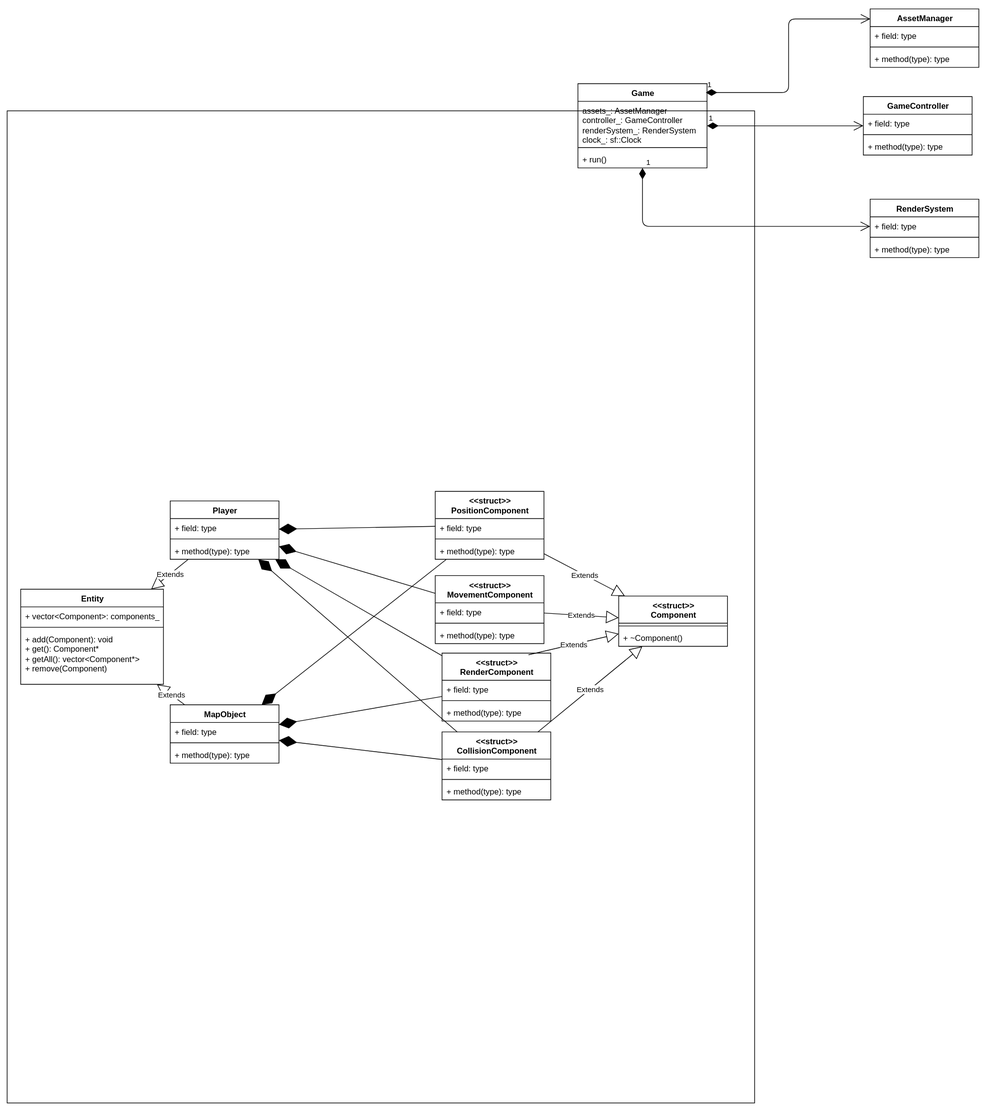
Above: pokemon_docs/Untitled Diagram.svg in kkartikeya1998/GameEngine (draw.io), before the change. Source tidied: cells renumbered, new cells last; positions are measured from the earlier drawing's top-left corner, leaving out a move shared by most shapes.
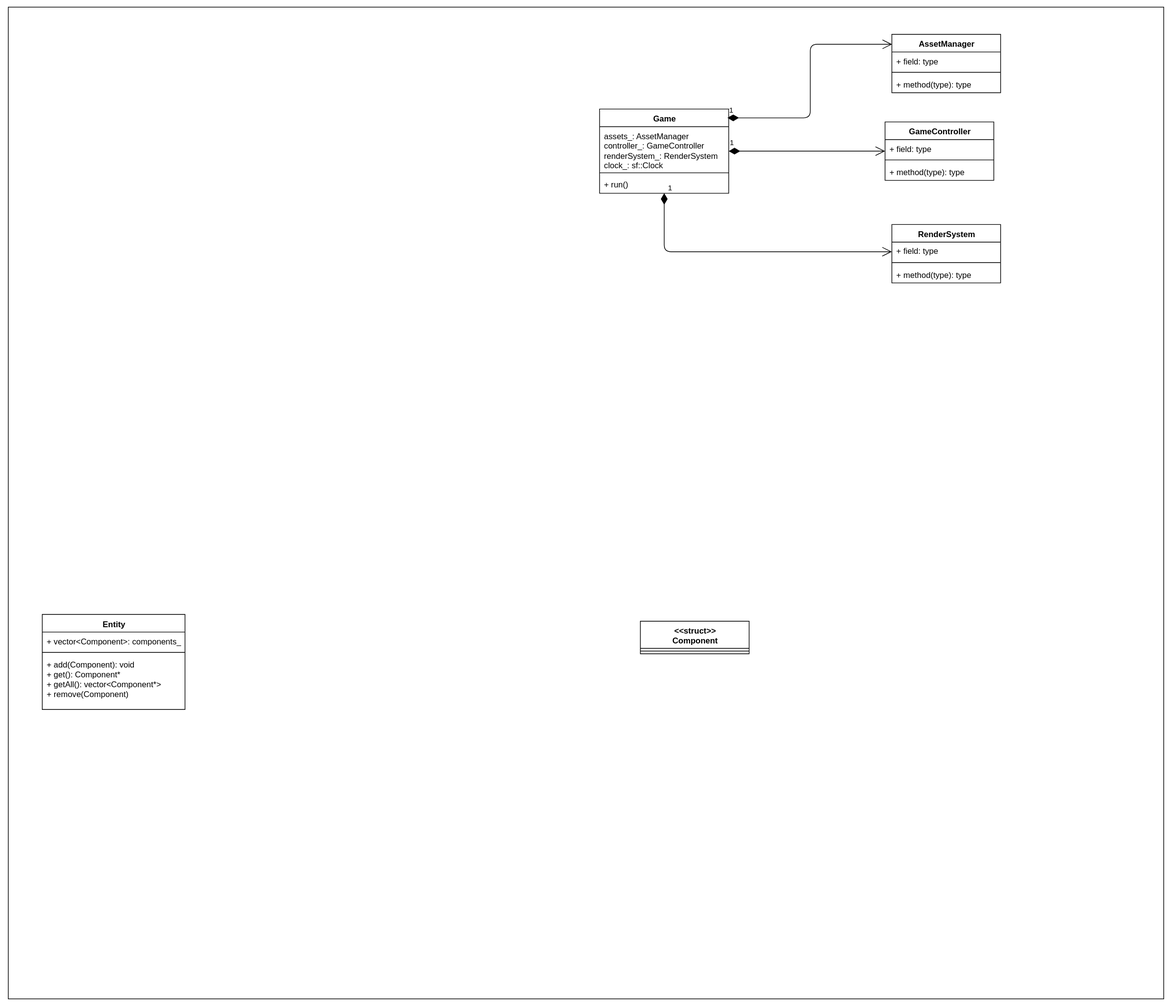
Above is the later version.

Change to the diagram source:
```diff
@@ -3,7 +3,7 @@
     <mxCell id="0" />
     <mxCell id="1" parent="0" />
     <mxCell id="2" style="rounded=0;whiteSpace=wrap;html=1;" parent="1" vertex="1">
-      <mxGeometry y="150" width="1100" height="1460" as="geometry" />
+      <mxGeometry x="-30" y="-40" width="1700" height="1460" as="geometry" />
     </mxCell>
     <mxCell id="3" value="Game" style="swimlane;fontStyle=1;align=center;verticalAlign=top;horizontal=1;startSize=26;whiteSpace=wrap;html=1;" parent="1" vertex="1">
       <mxGeometry x="840" y="110" width="190" height="124" as="geometry" />
@@ -79,124 +79,10 @@
       <mxGeometry y="60" width="210" height="80" as="geometry" />
     </mxCell>
     <mxCell id="26" value="&amp;lt;&amp;lt;struct&amp;gt;&amp;gt;&lt;br&gt;Component" style="swimlane;fontStyle=1;align=center;verticalAlign=top;horizontal=1;startSize=40;whiteSpace=wrap;html=1;" parent="1" vertex="1">
-      <mxGeometry x="900" y="864" width="160" height="74" as="geometry" />
+      <mxGeometry x="900" y="864" width="160" height="48" as="geometry" />
     </mxCell>
     <mxCell id="27" style="line;strokeWidth=1;fillColor=none;align=left;verticalAlign=middle;spacingTop=-1;spacingLeft=3;spacingRight=3;labelPosition=right;strokeColor=inherit;" parent="26" vertex="1">
       <mxGeometry y="40" width="160" height="8" as="geometry" />
     </mxCell>
-    <mxCell id="28" value="+ ~Component()" style="text;strokeColor=none;fillColor=none;align=left;verticalAlign=top;spacingLeft=4;spacingRight=4;overflow=hidden;whiteSpace=wrap;html=1;" parent="26" vertex="1">
-      <mxGeometry y="48" width="160" height="26" as="geometry" />
-    </mxCell>
-    <mxCell id="29" value="Player" style="swimlane;fontStyle=1;align=center;verticalAlign=top;horizontal=1;startSize=26;whiteSpace=wrap;html=1;" parent="1" vertex="1">
-      <mxGeometry x="240" y="724" width="160" height="86" as="geometry" />
-    </mxCell>
-    <mxCell id="30" value="+ field: type" style="text;strokeColor=none;fillColor=none;align=left;verticalAlign=top;spacingLeft=4;spacingRight=4;overflow=hidden;whiteSpace=wrap;html=1;" parent="29" vertex="1">
-      <mxGeometry y="26" width="160" height="26" as="geometry" />
-    </mxCell>
-    <mxCell id="31" style="line;strokeWidth=1;fillColor=none;align=left;verticalAlign=middle;spacingTop=-1;spacingLeft=3;spacingRight=3;labelPosition=right;strokeColor=inherit;" parent="29" vertex="1">
-      <mxGeometry y="52" width="160" height="8" as="geometry" />
-    </mxCell>
-    <mxCell id="32" value="+ method(type): type" style="text;strokeColor=none;fillColor=none;align=left;verticalAlign=top;spacingLeft=4;spacingRight=4;overflow=hidden;whiteSpace=wrap;html=1;" parent="29" vertex="1">
-      <mxGeometry y="60" width="160" height="26" as="geometry" />
-    </mxCell>
-    <mxCell id="33" value="MapObject" style="swimlane;fontStyle=1;align=center;verticalAlign=top;horizontal=1;startSize=26;whiteSpace=wrap;html=1;" parent="1" vertex="1">
-      <mxGeometry x="240" y="1024" width="160" height="86" as="geometry" />
-    </mxCell>
-    <mxCell id="34" value="+ field: type" style="text;strokeColor=none;fillColor=none;align=left;verticalAlign=top;spacingLeft=4;spacingRight=4;overflow=hidden;whiteSpace=wrap;html=1;" parent="33" vertex="1">
-      <mxGeometry y="26" width="160" height="26" as="geometry" />
-    </mxCell>
-    <mxCell id="35" style="line;strokeWidth=1;fillColor=none;align=left;verticalAlign=middle;spacingTop=-1;spacingLeft=3;spacingRight=3;labelPosition=right;strokeColor=inherit;" parent="33" vertex="1">
-      <mxGeometry y="52" width="160" height="8" as="geometry" />
-    </mxCell>
-    <mxCell id="36" value="+ method(type): type" style="text;strokeColor=none;fillColor=none;align=left;verticalAlign=top;spacingLeft=4;spacingRight=4;overflow=hidden;whiteSpace=wrap;html=1;" parent="33" vertex="1">
-      <mxGeometry y="60" width="160" height="26" as="geometry" />
-    </mxCell>
-    <mxCell id="37" value="&amp;lt;&amp;lt;struct&amp;gt;&amp;gt;&lt;br&gt;PositionComponent" style="swimlane;fontStyle=1;align=center;verticalAlign=top;horizontal=1;startSize=40;whiteSpace=wrap;html=1;" parent="1" vertex="1">
-      <mxGeometry x="630" y="710" width="160" height="100" as="geometry" />
-    </mxCell>
-    <mxCell id="38" value="+ field: type" style="text;strokeColor=none;fillColor=none;align=left;verticalAlign=top;spacingLeft=4;spacingRight=4;overflow=hidden;whiteSpace=wrap;html=1;" parent="37" vertex="1">
-      <mxGeometry y="40" width="160" height="26" as="geometry" />
-    </mxCell>
-    <mxCell id="39" style="line;strokeWidth=1;fillColor=none;align=left;verticalAlign=middle;spacingTop=-1;spacingLeft=3;spacingRight=3;labelPosition=right;strokeColor=inherit;" parent="37" vertex="1">
-      <mxGeometry y="66" width="160" height="8" as="geometry" />
-    </mxCell>
-    <mxCell id="40" value="+ method(type): type" style="text;strokeColor=none;fillColor=none;align=left;verticalAlign=top;spacingLeft=4;spacingRight=4;overflow=hidden;whiteSpace=wrap;html=1;" parent="37" vertex="1">
-      <mxGeometry y="74" width="160" height="26" as="geometry" />
-    </mxCell>
-    <mxCell id="41" value="&amp;lt;&amp;lt;struct&amp;gt;&amp;gt;&lt;br&gt;MovementComponent" style="swimlane;fontStyle=1;align=center;verticalAlign=top;horizontal=1;startSize=40;whiteSpace=wrap;html=1;" parent="1" vertex="1">
-      <mxGeometry x="630" y="834" width="160" height="100" as="geometry" />
-    </mxCell>
-    <mxCell id="42" value="+ field: type" style="text;strokeColor=none;fillColor=none;align=left;verticalAlign=top;spacingLeft=4;spacingRight=4;overflow=hidden;whiteSpace=wrap;html=1;" parent="41" vertex="1">
-      <mxGeometry y="40" width="160" height="26" as="geometry" />
-    </mxCell>
-    <mxCell id="43" style="line;strokeWidth=1;fillColor=none;align=left;verticalAlign=middle;spacingTop=-1;spacingLeft=3;spacingRight=3;labelPosition=right;strokeColor=inherit;" parent="41" vertex="1">
-      <mxGeometry y="66" width="160" height="8" as="geometry" />
-    </mxCell>
-    <mxCell id="44" value="+ method(type): type" style="text;strokeColor=none;fillColor=none;align=left;verticalAlign=top;spacingLeft=4;spacingRight=4;overflow=hidden;whiteSpace=wrap;html=1;" parent="41" vertex="1">
-      <mxGeometry y="74" width="160" height="26" as="geometry" />
-    </mxCell>
-    <mxCell id="45" value="&amp;lt;&amp;lt;struct&amp;gt;&amp;gt;&lt;br&gt;RenderComponent" style="swimlane;fontStyle=1;align=center;verticalAlign=top;horizontal=1;startSize=40;whiteSpace=wrap;html=1;" parent="1" vertex="1">
-      <mxGeometry x="640" y="948" width="160" height="100" as="geometry" />
-    </mxCell>
-    <mxCell id="46" value="+ field: type" style="text;strokeColor=none;fillColor=none;align=left;verticalAlign=top;spacingLeft=4;spacingRight=4;overflow=hidden;whiteSpace=wrap;html=1;" parent="45" vertex="1">
-      <mxGeometry y="40" width="160" height="26" as="geometry" />
-    </mxCell>
-    <mxCell id="47" style="line;strokeWidth=1;fillColor=none;align=left;verticalAlign=middle;spacingTop=-1;spacingLeft=3;spacingRight=3;labelPosition=right;strokeColor=inherit;" parent="45" vertex="1">
-      <mxGeometry y="66" width="160" height="8" as="geometry" />
-    </mxCell>
-    <mxCell id="48" value="+ method(type): type" style="text;strokeColor=none;fillColor=none;align=left;verticalAlign=top;spacingLeft=4;spacingRight=4;overflow=hidden;whiteSpace=wrap;html=1;" parent="45" vertex="1">
-      <mxGeometry y="74" width="160" height="26" as="geometry" />
-    </mxCell>
-    <mxCell id="49" value="&amp;lt;&amp;lt;struct&amp;gt;&amp;gt;&lt;br&gt;CollisionComponent" style="swimlane;fontStyle=1;align=center;verticalAlign=top;horizontal=1;startSize=40;whiteSpace=wrap;html=1;" parent="1" vertex="1">
-      <mxGeometry x="640" y="1064" width="160" height="100" as="geometry" />
-    </mxCell>
-    <mxCell id="50" value="+ field: type" style="text;strokeColor=none;fillColor=none;align=left;verticalAlign=top;spacingLeft=4;spacingRight=4;overflow=hidden;whiteSpace=wrap;html=1;" parent="49" vertex="1">
-      <mxGeometry y="40" width="160" height="26" as="geometry" />
-    </mxCell>
-    <mxCell id="51" style="line;strokeWidth=1;fillColor=none;align=left;verticalAlign=middle;spacingTop=-1;spacingLeft=3;spacingRight=3;labelPosition=right;strokeColor=inherit;" parent="49" vertex="1">
-      <mxGeometry y="66" width="160" height="8" as="geometry" />
-    </mxCell>
-    <mxCell id="52" value="+ method(type): type" style="text;strokeColor=none;fillColor=none;align=left;verticalAlign=top;spacingLeft=4;spacingRight=4;overflow=hidden;whiteSpace=wrap;html=1;" parent="49" vertex="1">
-      <mxGeometry y="74" width="160" height="26" as="geometry" />
-    </mxCell>
-    <mxCell id="53" value="Extends" style="endArrow=block;endSize=16;endFill=0;html=1;" parent="1" edge="1" source="37" target="26">
-      <mxGeometry relative="1" as="geometry" />
-    </mxCell>
-    <mxCell id="54" value="Extends" style="endArrow=block;endSize=16;endFill=0;html=1;" parent="1" edge="1" source="41" target="26">
-      <mxGeometry relative="1" as="geometry" />
-    </mxCell>
-    <mxCell id="55" value="Extends" style="endArrow=block;endSize=16;endFill=0;html=1;exitX=0.795;exitY=0.025;exitDx=0;exitDy=0;exitPerimeter=0;" parent="1" edge="1" source="45" target="26">
-      <mxGeometry relative="1" as="geometry" />
-    </mxCell>
-    <mxCell id="56" value="Extends" style="endArrow=block;endSize=16;endFill=0;html=1;" parent="1" edge="1" source="49" target="26">
-      <mxGeometry relative="1" as="geometry" />
-    </mxCell>
-    <mxCell id="57" value="Extends" style="endArrow=block;endSize=16;endFill=0;html=1;" parent="1" edge="1" source="29" target="22">
-      <mxGeometry relative="1" as="geometry" />
-    </mxCell>
-    <mxCell id="58" value="Extends" style="endArrow=block;endSize=16;endFill=0;html=1;" parent="1" edge="1" source="33" target="22">
-      <mxGeometry relative="1" as="geometry" />
-    </mxCell>
-    <mxCell id="59" style="endArrow=diamondThin;endFill=1;endSize=24;html=1;" parent="1" edge="1" source="37" target="29">
-      <mxGeometry relative="1" as="geometry" />
-    </mxCell>
-    <mxCell id="60" style="endArrow=diamondThin;endFill=1;endSize=24;html=1;" parent="1" edge="1" source="41" target="29">
-      <mxGeometry relative="1" as="geometry" />
-    </mxCell>
-    <mxCell id="61" style="endArrow=diamondThin;endFill=1;endSize=24;html=1;" parent="1" edge="1" source="45" target="29">
-      <mxGeometry relative="1" as="geometry" />
-    </mxCell>
-    <mxCell id="62" style="endArrow=diamondThin;endFill=1;endSize=24;html=1;" parent="1" edge="1" source="49" target="29">
-      <mxGeometry relative="1" as="geometry" />
-    </mxCell>
-    <mxCell id="63" style="endArrow=diamondThin;endFill=1;endSize=24;html=1;" parent="1" edge="1" source="37" target="33">
-      <mxGeometry relative="1" as="geometry" />
-    </mxCell>
-    <mxCell id="64" style="endArrow=diamondThin;endFill=1;endSize=24;html=1;" parent="1" edge="1" source="45" target="33">
-      <mxGeometry relative="1" as="geometry" />
-    </mxCell>
-    <mxCell id="65" style="endArrow=diamondThin;endFill=1;endSize=24;html=1;" parent="1" edge="1" source="49" target="33">
-      <mxGeometry relative="1" as="geometry" />
-    </mxCell>
   </root>
 </mxGraphModel>
```
